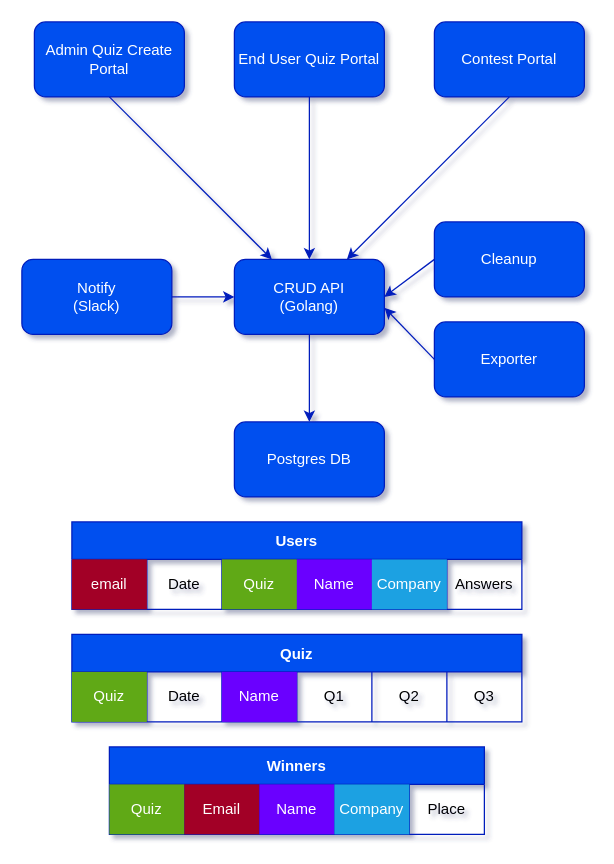
Earlier version of the draw.io diagram design.drawio (TanzuDK/TanzuQuiz). Source tidied: cells renumbered, new cells numbered last; positions are measured from the earlier drawing's top-left corner, leaving out a move shared by most shapes. Both pictures are drawn from the tidied source at 125%, with x=0, y=0 at pixel (21, 21).
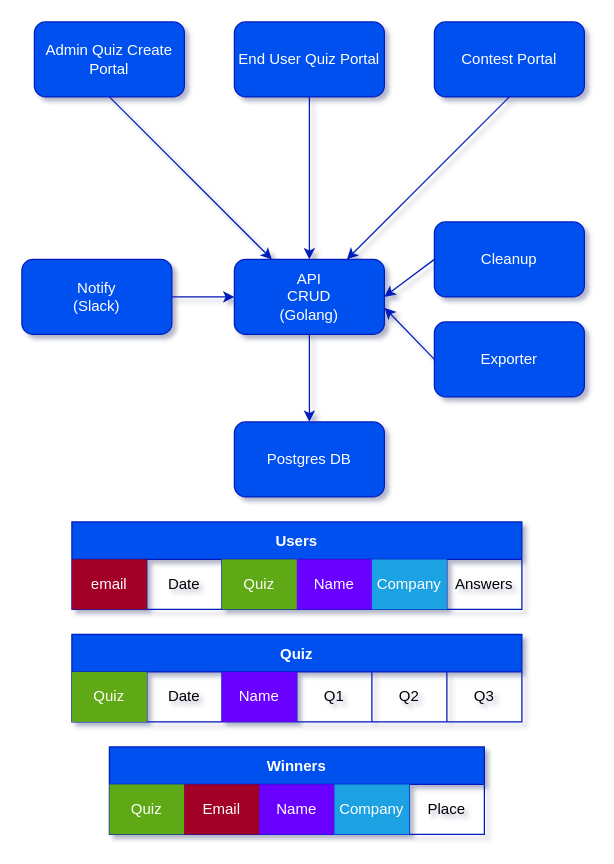
The same diagram, later.

The edit, as a diff of the source:
```diff
@@
-    <mxCell id="6" value="CRUD API&lt;br&gt;(Golang)" style="rounded=1;whiteSpace=wrap;html=1;fillColor=#0050ef;fontColor=#ffffff;strokeColor=#001DBC;" parent="1" vertex="1">
+    <mxCell id="6" value="API&lt;br&gt;CRUD&lt;br&gt;(Golang)" style="rounded=1;whiteSpace=wrap;html=1;fillColor=#0050ef;fontColor=#ffffff;strokeColor=#001DBC;" parent="1" vertex="1">
       <mxGeometry x="170" y="190" width="120" height="60" as="geometry" />
     </mxCell>
```
